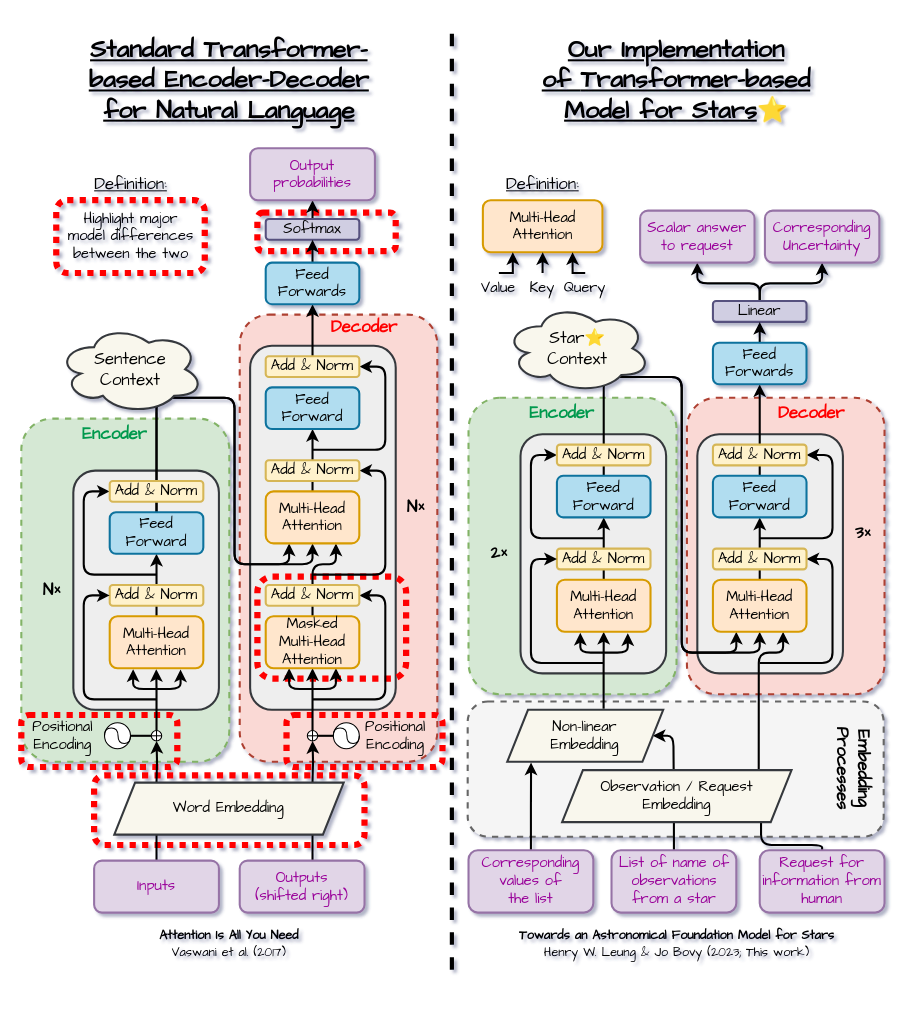
Above: model_specs.drawio in Xsmos/cosmology_foundation (draw.io), before the change. Source tidied: cells renumbered, new cells numbered last; positions are measured from the earlier drawing's top-left corner, leaving out a move shared by most shapes. Both pictures are drawn from the tidied source at 104%, with x=0, y=0 at pixel (21, 18).
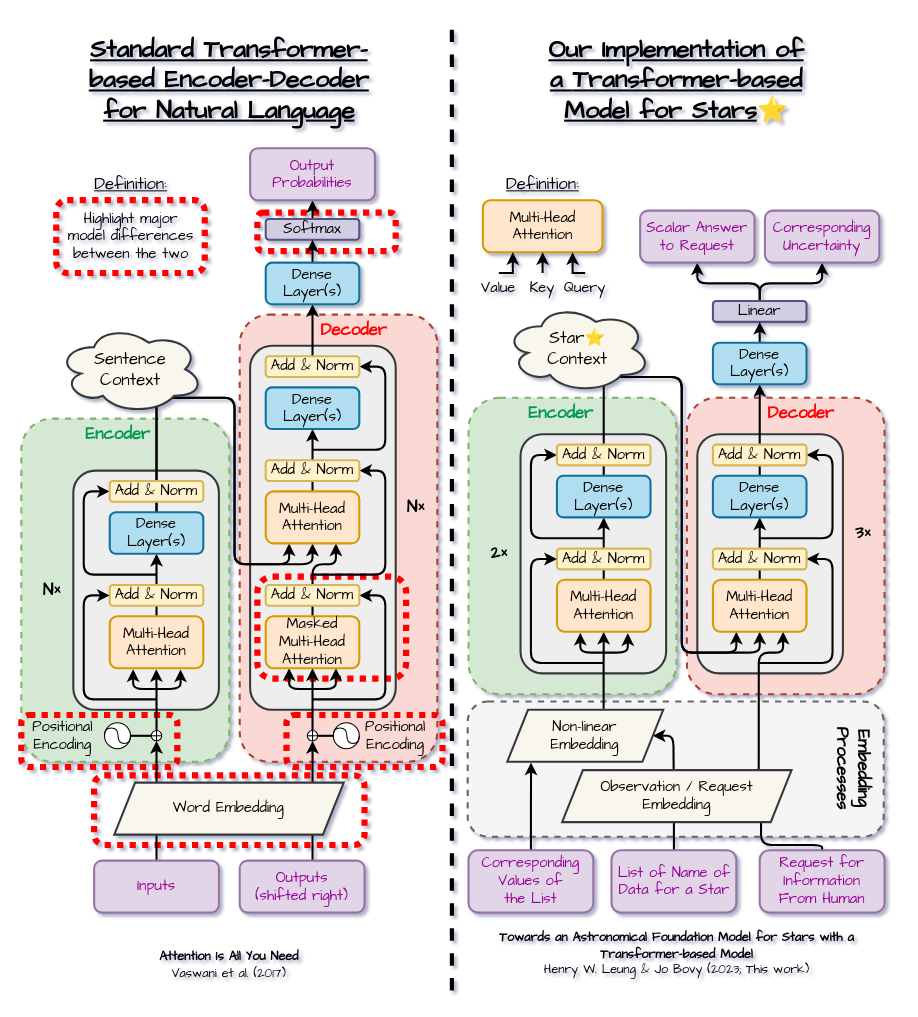
After the change.

The change refers to these unchanged cells:
```xml
<mxCell id="21" style="verticalLabelPosition=bottom;verticalAlign=top;html=1;shape=mxgraph.flowchart.summing_function;shadow=0;fontFamily=Comic Sans MS;" parent="1" vertex="1">
  <mxGeometry x="125" y="685" width="10" height="10" as="geometry" />
</mxCell>
<mxCell id="23" style="verticalLabelPosition=bottom;verticalAlign=top;html=1;shape=mxgraph.flowchart.summing_function;shadow=0;fontFamily=Comic Sans MS;" parent="1" vertex="1">
  <mxGeometry x="275" y="685" width="10" height="10" as="geometry" />
</mxCell>
```

Diff of the diagram source:
```diff
@@
     <mxCell id="7" value="&lt;font color=&quot;#ff0000&quot; size=&quot;1&quot;&gt;&lt;b style=&quot;font-size: 16px;&quot;&gt;Decoder&lt;/b&gt;&lt;/font&gt;" style="text;html=1;strokeColor=none;fillColor=none;align=center;verticalAlign=middle;whiteSpace=wrap;rounded=0;shadow=0;fontFamily=Comic Sans MS;" parent="1" vertex="1">
-      <mxGeometry x="300" y="282" width="60" height="30" as="geometry" />
+      <mxGeometry x="290" y="285" width="60" height="30" as="geometry" />
     </mxCell>
@@
     <mxCell id="9" style="endArrow=none;html=1;rounded=0;strokeWidth=4;dashed=1;shadow=0;fontFamily=Comic Sans MS;" parent="1" edge="1">
       <mxGeometry relative="1" as="geometry">
-        <mxPoint x="414" y="915" as="sourcePoint" />
+        <mxPoint x="414" y="935" as="sourcePoint" />
         <mxPoint x="414" y="5" as="targetPoint" />
       </mxGeometry>
     </mxCell>
@@
-    <mxCell id="12" value="&lt;font style=&quot;font-size: 24px;&quot;&gt;&lt;font style=&quot;font-size: 24px;&quot;&gt;&lt;u&gt;&lt;b&gt;Our Implementation of&amp;nbsp;&lt;span style=&quot;border-color: var(--border-color); font-size: 12px;&quot;&gt;&lt;span style=&quot;border-color: var(--border-color);&quot;&gt;&lt;font style=&quot;border-color: var(--border-color); font-size: 24px;&quot;&gt;Transformer-based&lt;br style=&quot;border-color: var(--border-color);&quot;&gt;&lt;/font&gt;&lt;/span&gt;&lt;/span&gt;Model for Stars&lt;/b&gt;&lt;/u&gt;&lt;font style=&quot;&quot; face=&quot;Helvetica&quot;&gt;⭐&lt;/font&gt;&lt;/font&gt;&lt;/font&gt;" style="text;html=1;strokeColor=none;fillColor=none;align=center;verticalAlign=middle;whiteSpace=wrap;rounded=0;shadow=0;fontFamily=Comic Sans MS;" parent="1" vertex="1">
+    <mxCell id="12" value="&lt;font style=&quot;font-size: 24px;&quot;&gt;&lt;font style=&quot;font-size: 24px;&quot;&gt;&lt;u&gt;&lt;b&gt;Our Implementation of a&amp;nbsp;&lt;span style=&quot;border-color: var(--border-color); font-size: 12px;&quot;&gt;&lt;span style=&quot;border-color: var(--border-color);&quot;&gt;&lt;font style=&quot;border-color: var(--border-color); font-size: 24px;&quot;&gt;Transformer-based&lt;br style=&quot;border-color: var(--border-color);&quot;&gt;&lt;/font&gt;&lt;/span&gt;&lt;/span&gt;Model for Stars&lt;/b&gt;&lt;/u&gt;&lt;font style=&quot;&quot; face=&quot;Helvetica&quot;&gt;⭐&lt;/font&gt;&lt;/font&gt;&lt;/font&gt;" style="text;html=1;strokeColor=none;fillColor=none;align=center;verticalAlign=middle;whiteSpace=wrap;rounded=0;shadow=0;fontFamily=Comic Sans MS;" parent="1" vertex="1">
       <mxGeometry x="455" width="350" height="120" as="geometry" />
     </mxCell>
@@
-    <mxCell id="16" style="edgeStyle=orthogonalEdgeStyle;rounded=0;jettySize=auto;html=1;exitX=0.5;exitY=0;exitDx=0;exitDy=0;entryX=0.5;entryY=1;entryDx=0;entryDy=0;entryPerimeter=0;strokeWidth=2;shadow=0;fontFamily=Comic Sans MS;" parent="1" edge="1" target="21">
+    <mxCell id="16" style="rounded=0;jettySize=auto;html=1;exitX=0.5;exitY=0;exitDx=0;exitDy=0;entryX=0.5;entryY=1;entryDx=0;entryDy=0;entryPerimeter=0;strokeWidth=2;shadow=0;fontFamily=Comic Sans MS;" parent="1" edge="1" target="21">
       <mxGeometry relative="1" as="geometry">
         <mxPoint x="130" y="735" as="sourcePoint" />
       </mxGeometry>
     </mxCell>
-    <mxCell id="17" style="edgeStyle=orthogonalEdgeStyle;rounded=0;jettySize=auto;html=1;exitX=0.5;exitY=0;exitDx=0;exitDy=0;entryX=0.5;entryY=1;entryDx=0;entryDy=0;entryPerimeter=0;strokeWidth=2;shadow=0;fontFamily=Comic Sans MS;" parent="1" edge="1" target="23">
+    <mxCell id="17" style="rounded=0;jettySize=auto;html=1;exitX=0.5;exitY=0;exitDx=0;exitDy=0;entryX=0.5;entryY=1;entryDx=0;entryDy=0;entryPerimeter=0;strokeWidth=2;shadow=0;fontFamily=Comic Sans MS;" parent="1" edge="1" target="23">
       <mxGeometry relative="1" as="geometry">
         <mxPoint x="280" y="735" as="sourcePoint" />
       </mxGeometry>
     </mxCell>
@@
-    <mxCell id="44" value="&lt;font style=&quot;font-size: 14px;&quot;&gt;Feed &lt;br&gt;Forward&lt;/font&gt;" style="rounded=1;whiteSpace=wrap;html=1;fillColor=#b1ddf0;strokeColor=#10739e;strokeWidth=2;shadow=0;fontFamily=Comic Sans MS;" parent="1" vertex="1">
+    <mxCell id="44" value="&lt;font style=&quot;font-size: 14px;&quot;&gt;Dense&lt;br&gt;Layer(s)&lt;/font&gt;" style="rounded=1;whiteSpace=wrap;html=1;fillColor=#b1ddf0;strokeColor=#10739e;strokeWidth=2;shadow=0;fontFamily=Comic Sans MS;" parent="1" vertex="1">
       <mxGeometry x="85" y="475" width="90" height="40" as="geometry" />
     </mxCell>
@@
-    <mxCell id="57" value="&lt;font style=&quot;font-size: 14px;&quot;&gt;Feed &lt;br&gt;Forward&lt;/font&gt;" style="rounded=1;whiteSpace=wrap;html=1;fillColor=#b1ddf0;strokeColor=#10739e;strokeWidth=2;shadow=0;fontFamily=Comic Sans MS;" parent="1" vertex="1">
+    <mxCell id="57" value="&lt;font style=&quot;font-size: 14px;&quot;&gt;Dense&lt;/font&gt;&lt;br style=&quot;border-color: var(--border-color); font-size: 14px;&quot;&gt;&lt;span style=&quot;font-size: 14px;&quot;&gt;Layer(s)&lt;/span&gt;" style="rounded=1;whiteSpace=wrap;html=1;fillColor=#b1ddf0;strokeColor=#10739e;strokeWidth=2;shadow=0;fontFamily=Comic Sans MS;" parent="1" vertex="1">
       <mxGeometry x="235" y="355" width="90" height="40" as="geometry" />
     </mxCell>
@@
     <mxCell id="63" value="&lt;font color=&quot;#00994d&quot; size=&quot;1&quot;&gt;&lt;b style=&quot;font-size: 16px;&quot;&gt;Encoder&lt;/b&gt;&lt;/font&gt;" style="text;html=1;strokeColor=none;fillColor=none;align=center;verticalAlign=middle;whiteSpace=wrap;rounded=0;shadow=0;fontFamily=Comic Sans MS;" parent="1" vertex="1">
-      <mxGeometry x="60" y="385" width="60" height="30" as="geometry" />
+      <mxGeometry x="62.5" y="385" width="60" height="30" as="geometry" />
     </mxCell>
@@
     <mxCell id="65" value="&lt;font color=&quot;#ff0000&quot; size=&quot;1&quot;&gt;&lt;b style=&quot;font-size: 16px;&quot;&gt;Decoder&lt;/b&gt;&lt;/font&gt;" style="text;html=1;strokeColor=none;fillColor=none;align=center;verticalAlign=middle;whiteSpace=wrap;rounded=0;shadow=0;fontFamily=Comic Sans MS;" parent="1" vertex="1">
-      <mxGeometry x="730" y="365" width="60" height="30" as="geometry" />
+      <mxGeometry x="720" y="365" width="60" height="30" as="geometry" />
     </mxCell>
@@
-    <mxCell id="77" value="&lt;font style=&quot;font-size: 14px;&quot;&gt;Feed &lt;br&gt;Forward&lt;/font&gt;" style="rounded=1;whiteSpace=wrap;html=1;fillColor=#b1ddf0;strokeColor=#10739e;strokeWidth=2;shadow=0;fontFamily=Comic Sans MS;" parent="1" vertex="1">
+    <mxCell id="77" value="&lt;font style=&quot;font-size: 14px;&quot;&gt;Dense&lt;br style=&quot;border-color: var(--border-color);&quot;&gt;Layer(s)&lt;/font&gt;" style="rounded=1;whiteSpace=wrap;html=1;fillColor=#b1ddf0;strokeColor=#10739e;strokeWidth=2;shadow=0;fontFamily=Comic Sans MS;" parent="1" vertex="1">
       <mxGeometry x="515" y="440" width="90" height="40" as="geometry" />
     </mxCell>
@@
-    <mxCell id="89" value="&lt;font style=&quot;font-size: 14px;&quot;&gt;Feed &lt;br&gt;Forward&lt;/font&gt;" style="rounded=1;whiteSpace=wrap;html=1;fillColor=#b1ddf0;strokeColor=#10739e;strokeWidth=2;shadow=0;fontFamily=Comic Sans MS;" parent="1" vertex="1">
+    <mxCell id="89" value="&lt;font style=&quot;font-size: 14px;&quot;&gt;Dense&lt;br style=&quot;border-color: var(--border-color);&quot;&gt;Layer(s)&lt;/font&gt;" style="rounded=1;whiteSpace=wrap;html=1;fillColor=#b1ddf0;strokeColor=#10739e;strokeWidth=2;shadow=0;fontFamily=Comic Sans MS;" parent="1" vertex="1">
       <mxGeometry x="665" y="440" width="90" height="40" as="geometry" />
     </mxCell>
@@
     <mxCell id="95" value="&lt;font color=&quot;#00994d&quot; size=&quot;1&quot;&gt;&lt;b style=&quot;font-size: 16px;&quot;&gt;Encoder&lt;/b&gt;&lt;/font&gt;" style="text;html=1;strokeColor=none;fillColor=none;align=center;verticalAlign=middle;whiteSpace=wrap;rounded=0;shadow=0;fontFamily=Comic Sans MS;" parent="1" vertex="1">
-      <mxGeometry x="490" y="365" width="60" height="30" as="geometry" />
+      <mxGeometry x="489.2" y="365" width="60" height="30" as="geometry" />
     </mxCell>
@@
-    <mxCell id="103" value="&lt;font style=&quot;font-size: 14px;&quot;&gt;Feed Forwards&lt;/font&gt;" style="rounded=1;whiteSpace=wrap;html=1;fillColor=#b1ddf0;strokeColor=#10739e;strokeWidth=2;shadow=0;fontFamily=Comic Sans MS;" parent="1" vertex="1">
+    <mxCell id="103" value="&lt;font style=&quot;font-size: 14px;&quot;&gt;Dense&lt;br style=&quot;border-color: var(--border-color);&quot;&gt;Layer(s)&lt;/font&gt;" style="rounded=1;whiteSpace=wrap;html=1;fillColor=#b1ddf0;strokeColor=#10739e;strokeWidth=2;shadow=0;fontFamily=Comic Sans MS;" parent="1" vertex="1">
       <mxGeometry x="665" y="312" width="90" height="40" as="geometry" />
     </mxCell>
@@
     <mxCell id="106" value="&lt;font face=&quot;Comic Sans MS&quot;&gt;&lt;b&gt;Attention Is All You Need &lt;br&gt;&lt;/b&gt;Vaswani et al. (2017)&lt;/font&gt;" style="text;html=1;strokeColor=none;fillColor=none;align=center;verticalAlign=middle;whiteSpace=wrap;rounded=0;" parent="1" vertex="1">
-      <mxGeometry x="99.7" y="875" width="200" height="30" as="geometry" />
+      <mxGeometry x="100" y="895" width="200" height="30" as="geometry" />
     </mxCell>
-    <mxCell id="107" value="&lt;font face=&quot;Comic Sans MS&quot;&gt;&lt;b&gt;Towards an Astronomical Foundation Model for Stars&lt;br&gt;&lt;/b&gt;Henry W. Leung &amp;amp; Jo Bovy (2023; This work)&lt;/font&gt;" style="text;html=1;strokeColor=none;fillColor=none;align=center;verticalAlign=middle;whiteSpace=wrap;rounded=0;" parent="1" vertex="1">
-      <mxGeometry x="423.8" y="875" width="412.5" height="30" as="geometry" />
+    <mxCell id="107" value="&lt;font face=&quot;Comic Sans MS&quot;&gt;&lt;b&gt;Towards an Astronomical Foundation Model for Stars with a Transformer-based Model&lt;br&gt;&lt;/b&gt;Henry W. Leung &amp;amp; Jo Bovy (2023; This work)&lt;/font&gt;" style="text;html=1;strokeColor=none;fillColor=none;align=center;verticalAlign=middle;whiteSpace=wrap;rounded=0;" parent="1" vertex="1">
+      <mxGeometry x="423.8" y="875" width="412.5" height="50" as="geometry" />
     </mxCell>
@@
-    <mxCell id="111" value="&lt;font color=&quot;#990099&quot; style=&quot;font-size: 14px;&quot;&gt;Output&lt;br&gt;probabilities&lt;br&gt;&lt;/font&gt;" style="rounded=1;whiteSpace=wrap;html=1;fillColor=#e1d5e7;strokeColor=#9673a6;strokeWidth=2;shadow=0;fontFamily=Comic Sans MS;" parent="1" vertex="1">
+    <mxCell id="111" value="&lt;font color=&quot;#990099&quot; style=&quot;font-size: 14px;&quot;&gt;Output&lt;br&gt;Probabilities&lt;br&gt;&lt;/font&gt;" style="rounded=1;whiteSpace=wrap;html=1;fillColor=#e1d5e7;strokeColor=#9673a6;strokeWidth=2;shadow=0;fontFamily=Comic Sans MS;" parent="1" vertex="1">
       <mxGeometry x="220" y="125" width="120" height="50" as="geometry" />
     </mxCell>
@@
-    <mxCell id="113" value="&lt;font color=&quot;#990099&quot;&gt;&lt;span style=&quot;font-size: 14px;&quot;&gt;List of name of observations from a star&lt;/span&gt;&lt;/font&gt;" style="rounded=1;whiteSpace=wrap;html=1;fillColor=#e1d5e7;strokeColor=#9673a6;strokeWidth=2;shadow=0;fontFamily=Comic Sans MS;" parent="1" vertex="1">
+    <mxCell id="113" value="&lt;font color=&quot;#990099&quot;&gt;&lt;span style=&quot;font-size: 14px;&quot;&gt;List of Name of Data for a Star&lt;/span&gt;&lt;/font&gt;" style="rounded=1;whiteSpace=wrap;html=1;fillColor=#e1d5e7;strokeColor=#9673a6;strokeWidth=2;shadow=0;fontFamily=Comic Sans MS;" parent="1" vertex="1">
       <mxGeometry x="567.5" y="800" width="120" height="60" as="geometry" />
     </mxCell>
@@
-    <mxCell id="115" value="&lt;font style=&quot;font-size: 14px;&quot; color=&quot;#990099&quot;&gt;Corresponding values of &lt;br&gt;the list&lt;/font&gt;" style="rounded=1;whiteSpace=wrap;html=1;fillColor=#e1d5e7;strokeColor=#9673a6;strokeWidth=2;shadow=0;fontFamily=Comic Sans MS;" parent="1" vertex="1">
+    <mxCell id="115" value="&lt;font style=&quot;font-size: 14px;&quot; color=&quot;#990099&quot;&gt;Corresponding Values of &lt;br&gt;the List&lt;/font&gt;" style="rounded=1;whiteSpace=wrap;html=1;fillColor=#e1d5e7;strokeColor=#9673a6;strokeWidth=2;shadow=0;fontFamily=Comic Sans MS;" parent="1" vertex="1">
       <mxGeometry x="430" y="800" width="120" height="60" as="geometry" />
     </mxCell>
@@
-    <mxCell id="117" value="&lt;font style=&quot;font-size: 14px;&quot; color=&quot;#990099&quot;&gt;Request for information from human&lt;/font&gt;" style="rounded=1;whiteSpace=wrap;html=1;fillColor=#e1d5e7;strokeColor=#9673a6;strokeWidth=2;shadow=0;fontFamily=Comic Sans MS;" parent="1" vertex="1">
+    <mxCell id="117" value="&lt;font style=&quot;font-size: 14px;&quot; color=&quot;#990099&quot;&gt;Request for Information &lt;br&gt;From Human&lt;/font&gt;" style="rounded=1;whiteSpace=wrap;html=1;fillColor=#e1d5e7;strokeColor=#9673a6;strokeWidth=2;shadow=0;fontFamily=Comic Sans MS;" parent="1" vertex="1">
       <mxGeometry x="710" y="800" width="120" height="60" as="geometry" />
     </mxCell>
@@
-    <mxCell id="120" value="&lt;font color=&quot;#990099&quot; style=&quot;&quot;&gt;&lt;font style=&quot;font-size: 14px;&quot;&gt;Scalar answer to request&lt;/font&gt;&lt;br&gt;&lt;/font&gt;" style="rounded=1;whiteSpace=wrap;html=1;fillColor=#e1d5e7;strokeColor=#9673a6;strokeWidth=2;shadow=0;fontFamily=Comic Sans MS;" parent="1" vertex="1">
+    <mxCell id="120" value="&lt;font color=&quot;#990099&quot; style=&quot;&quot;&gt;&lt;font style=&quot;font-size: 14px;&quot;&gt;Scalar Answer to Request&lt;/font&gt;&lt;br&gt;&lt;/font&gt;" style="rounded=1;whiteSpace=wrap;html=1;fillColor=#e1d5e7;strokeColor=#9673a6;strokeWidth=2;shadow=0;fontFamily=Comic Sans MS;" parent="1" vertex="1">
       <mxGeometry x="595" y="185" width="110" height="50" as="geometry" />
     </mxCell>
@@
-    <mxCell id="125" value="&lt;font style=&quot;font-size: 14px;&quot;&gt;Feed Forwards&lt;/font&gt;" style="rounded=1;whiteSpace=wrap;html=1;fillColor=#b1ddf0;strokeColor=#10739e;strokeWidth=2;shadow=0;fontFamily=Comic Sans MS;" parent="1" vertex="1">
+    <mxCell id="125" value="&lt;div style=&quot;font-size: 14px;&quot;&gt;&lt;font style=&quot;font-size: 14px;&quot;&gt;Dense&lt;/font&gt;&lt;/div&gt;&lt;div style=&quot;font-size: 14px;&quot;&gt;&lt;font style=&quot;font-size: 14px;&quot;&gt;Layer(s)&lt;/font&gt;&lt;/div&gt;" style="rounded=1;whiteSpace=wrap;html=1;fillColor=#b1ddf0;strokeColor=#10739e;strokeWidth=2;shadow=0;fontFamily=Comic Sans MS;" parent="1" vertex="1">
       <mxGeometry x="235" y="235" width="90" height="40" as="geometry" />
     </mxCell>
```
